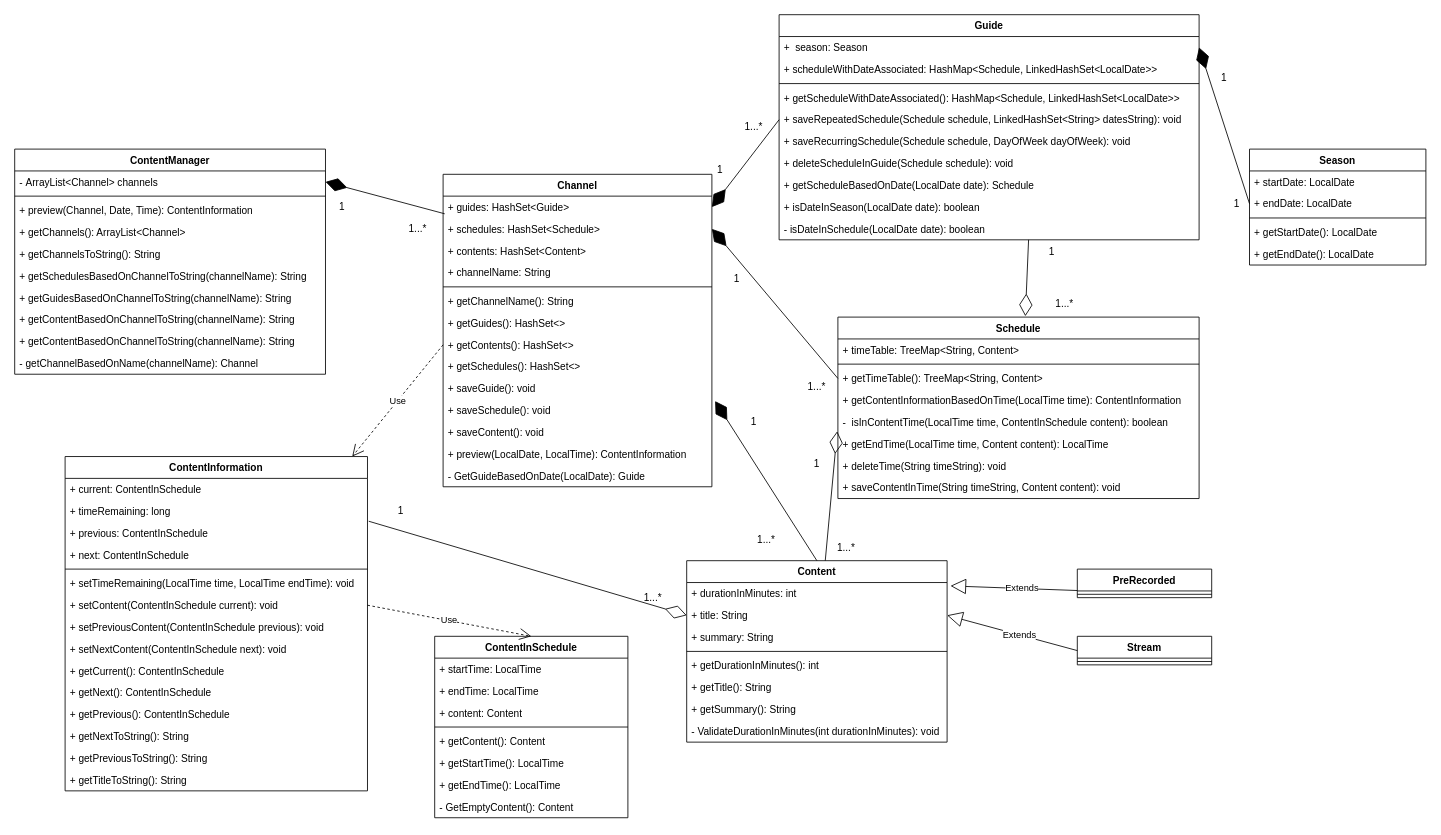
The draw.io diagram FinalProjectVersion02.drawio in Jala-Java-Core/finalProject, before the edit. Source tidied: cells renumbered, new cells numbered last; positions are measured from the earlier drawing's top-left corner, leaving out a move shared by most shapes. Both pictures are drawn from the tidied source at 84%, with x=0, y=0 at pixel (14, 14).
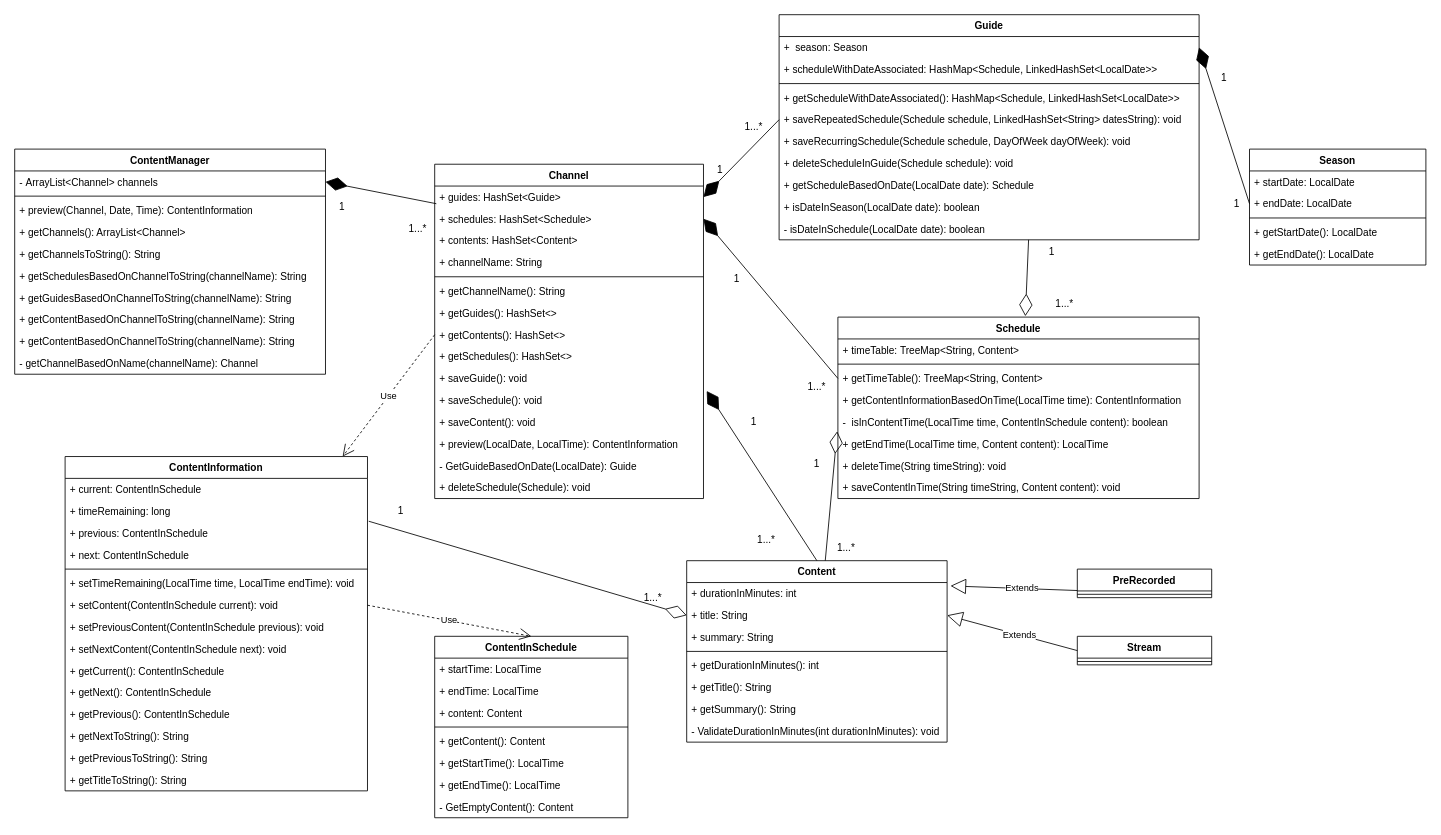
The same diagram, later.

What changed in the source:
```diff
@@
     <mxCell id="22" value="Channel" style="swimlane;fontStyle=1;align=center;verticalAlign=top;horizontal=1;startSize=26;rounded=0;strokeColor=default;strokeWidth=1;" parent="1" vertex="1">
-      <mxGeometry x="510" y="190" width="320" height="372" as="geometry" />
+      <mxGeometry x="500" y="178" width="320" height="398" as="geometry" />
     </mxCell>
@@
+    <mxCell id="120" value="+ deleteSchedule(Schedule): void" style="text;strokeColor=none;fillColor=none;align=left;verticalAlign=top;spacingLeft=4;spacingRight=4;overflow=hidden;rounded=0;strokeWidth=1;" parent="22" vertex="1">
+      <mxGeometry y="372" width="320" height="26" as="geometry" />
+    </mxCell>
```
